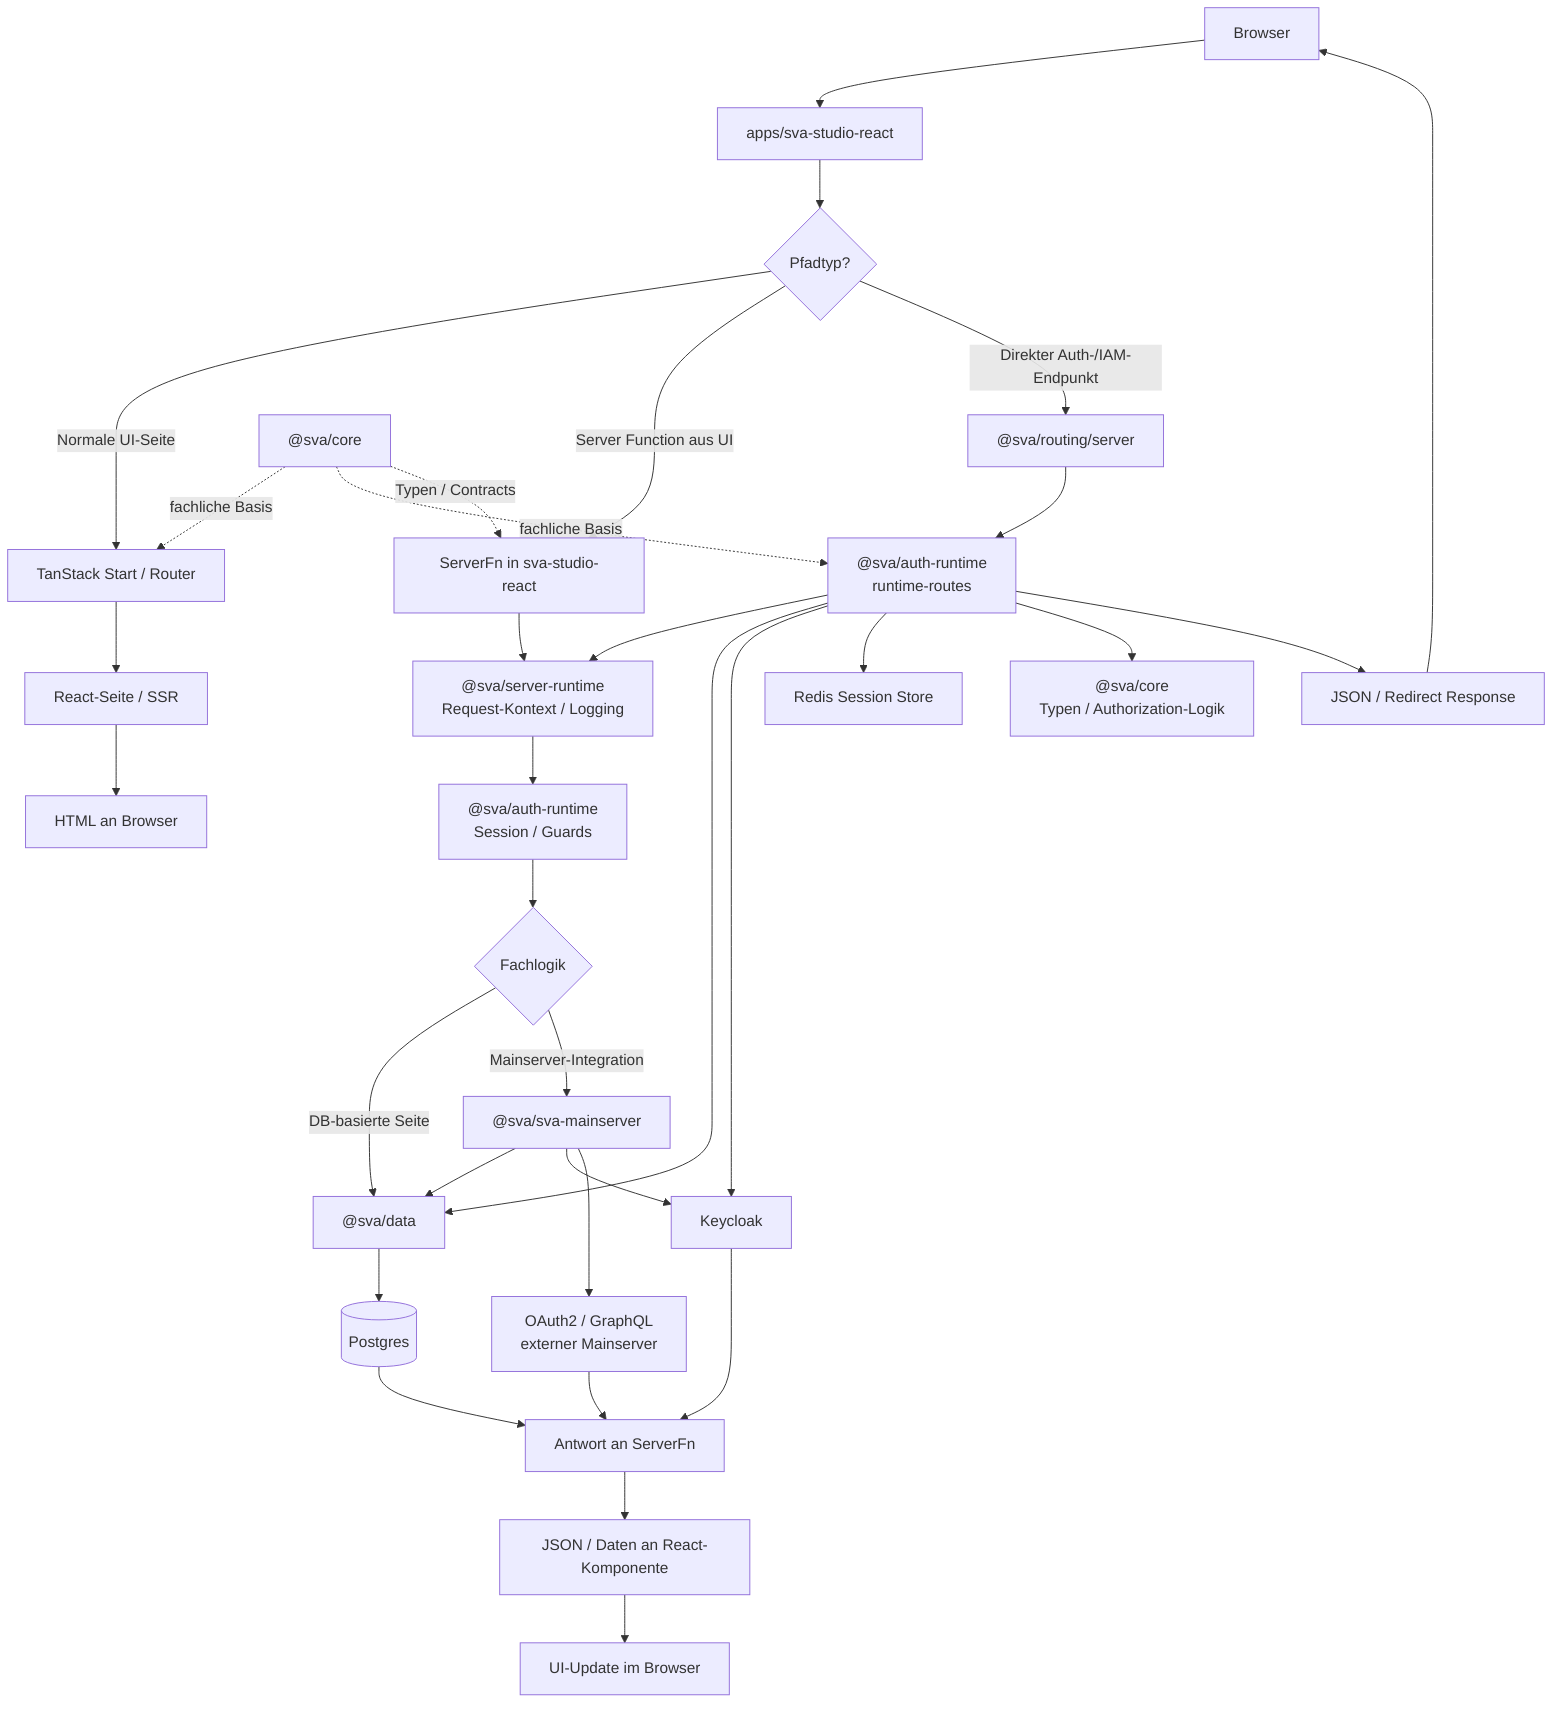
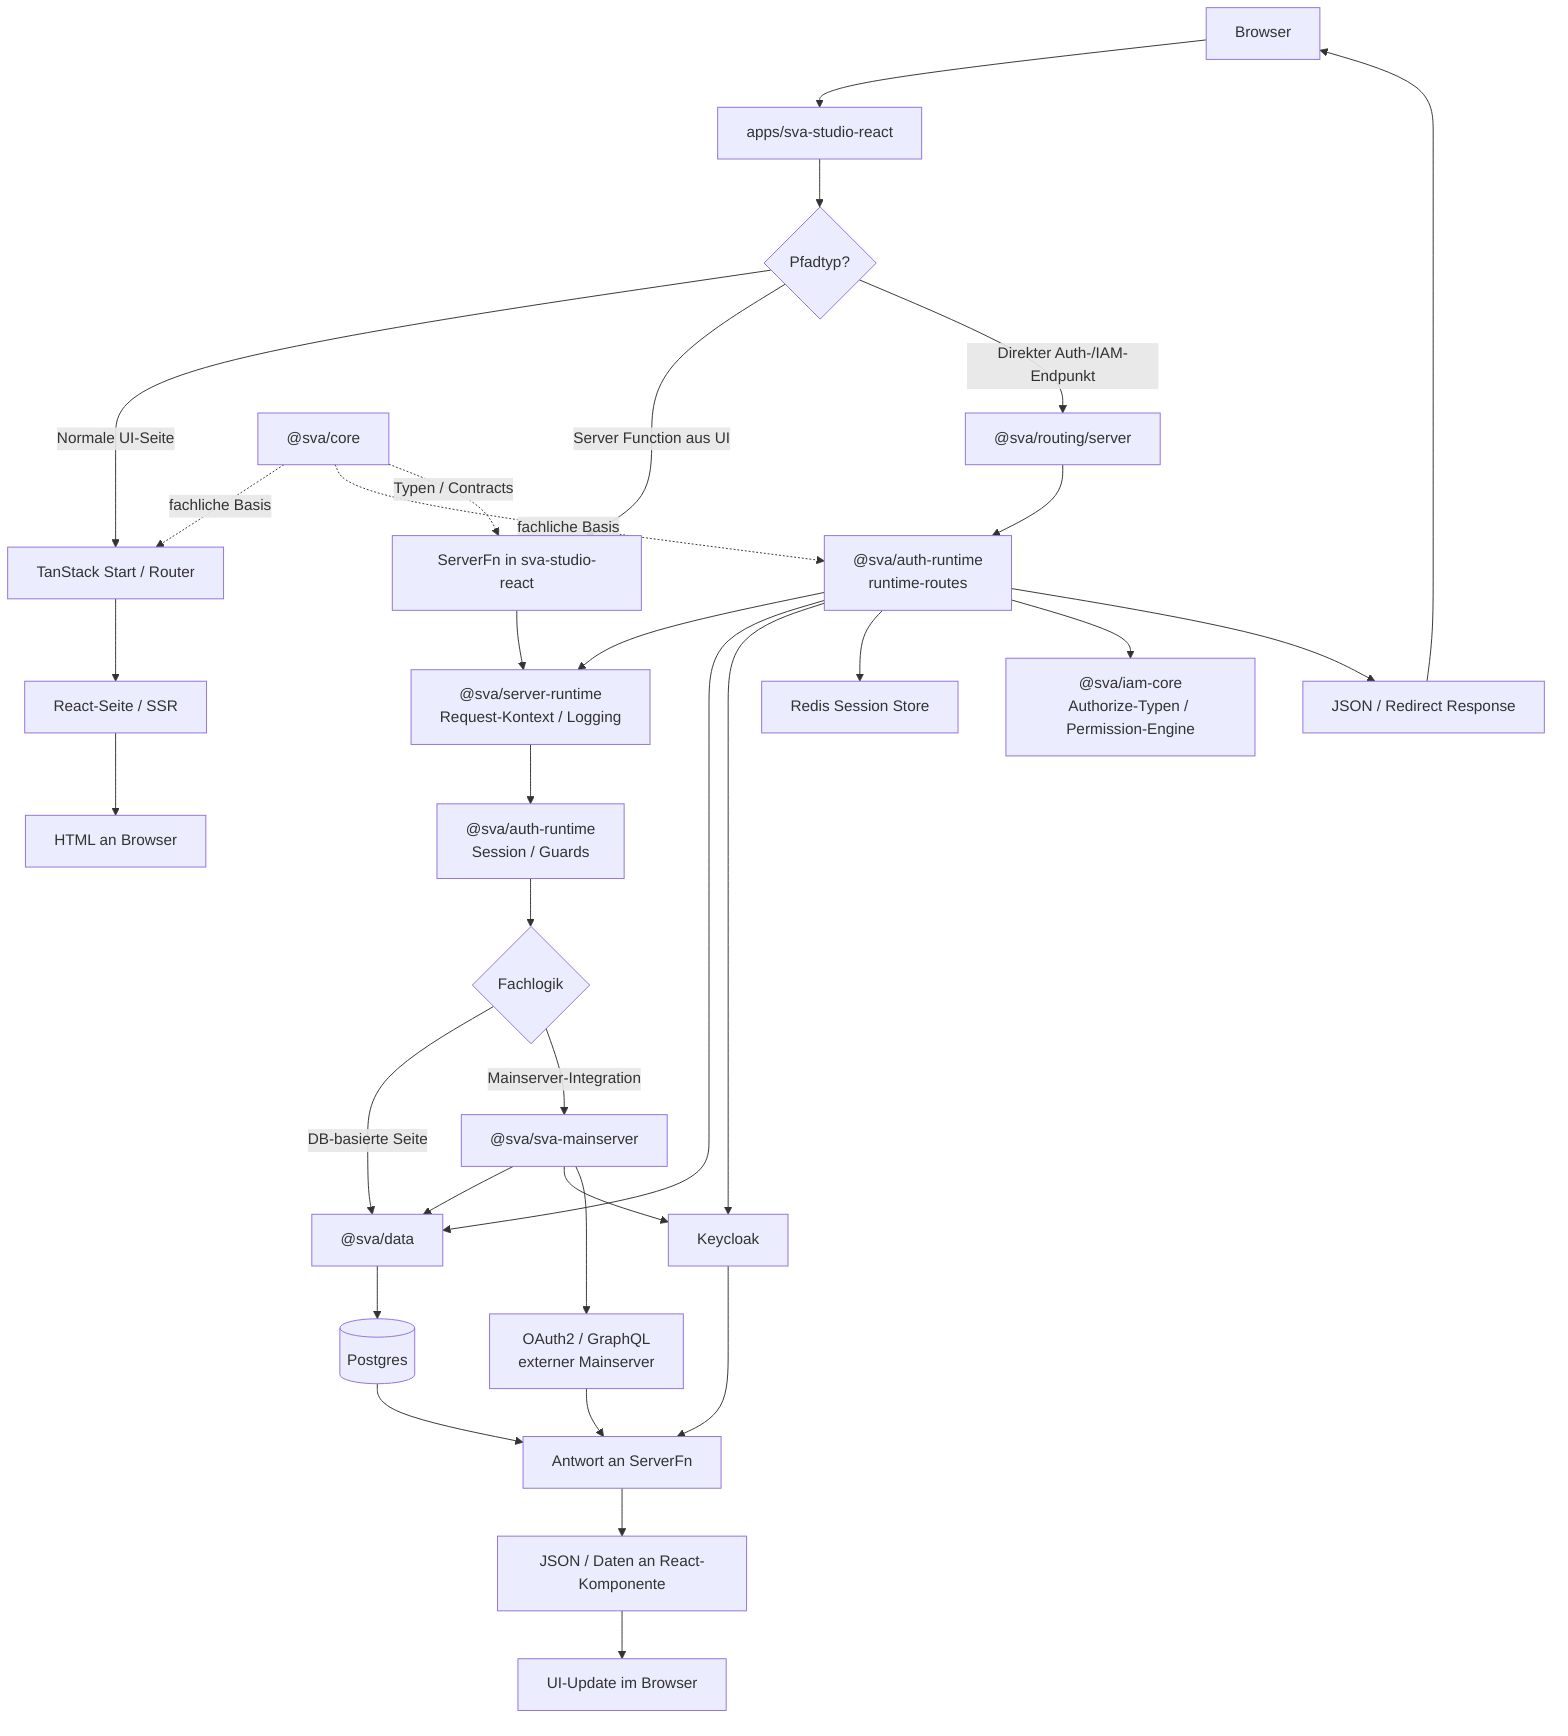
flowchart TD
    A["Browser"] --> B["apps/sva-studio-react"]

    B --> C{Pfadtyp?}

    C -->|Normale UI-Seite| D["TanStack Start / Router"]
    D --> E["React-Seite / SSR"]
    E --> F["HTML an Browser"]

    C -->|Server Function aus UI| G["ServerFn in sva-studio-react"]
    G --> H["@sva/server-runtime\nRequest-Kontext / Logging"]
    H --> I["@sva/auth-runtime\nSession / Guards"]
    I --> J{"Fachlogik"}

    J -->|DB-basierte Seite| K["@sva/data"]
    K --> L[("Postgres")]

    J -->|Mainserver-Integration| M["@sva/sva-mainserver"]
    M --> K
    M --> N[Keycloak]
    M --> O["OAuth2 / GraphQL\nexterner Mainserver"]

    L --> P["Antwort an ServerFn"]
    N --> P
    O --> P
    P --> Q["JSON / Daten an React-Komponente"]
    Q --> R["UI-Update im Browser"]

    C -->|Direkter Auth-/IAM-Endpunkt| S["@sva/routing/server"]
    S --> T["@sva/auth-runtime\nruntime-routes"]
    T --> H
    T --> K
    T --> N
    T --> U["Redis Session Store"]
-     T --> V["@sva/core\nTypen / Authorization-Logik"]
+     T --> V["@sva/iam-core\nAuthorize-Typen / Permission-Engine"]
    T --> W["JSON / Redirect Response"]
    W --> A

    X["@sva/core"] -. fachliche Basis .-> D
    X -. fachliche Basis .-> T
    X -. Typen / Contracts .-> G
